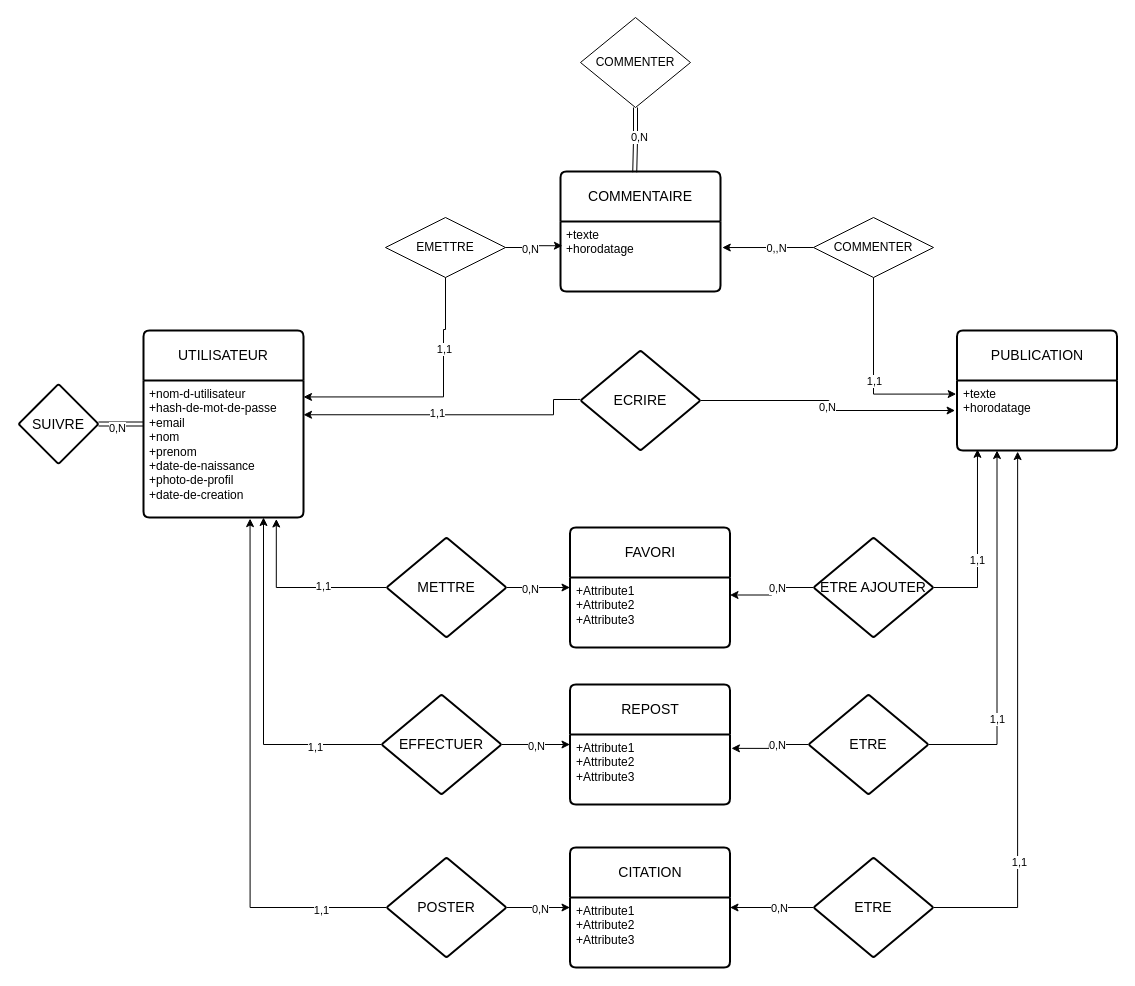
The draw.io diagram page "Page-1" (1 of 2) of Diagramme sans nom 5.drawio in vsilvanska/examen-info-2023, before the edit. Source tidied: cells renumbered, new cells numbered last; positions are measured from the earlier drawing's top-left corner, leaving out a move shared by most shapes. Both pictures are drawn from the tidied source at 100%, with x=0, y=0 at pixel (18, 17).
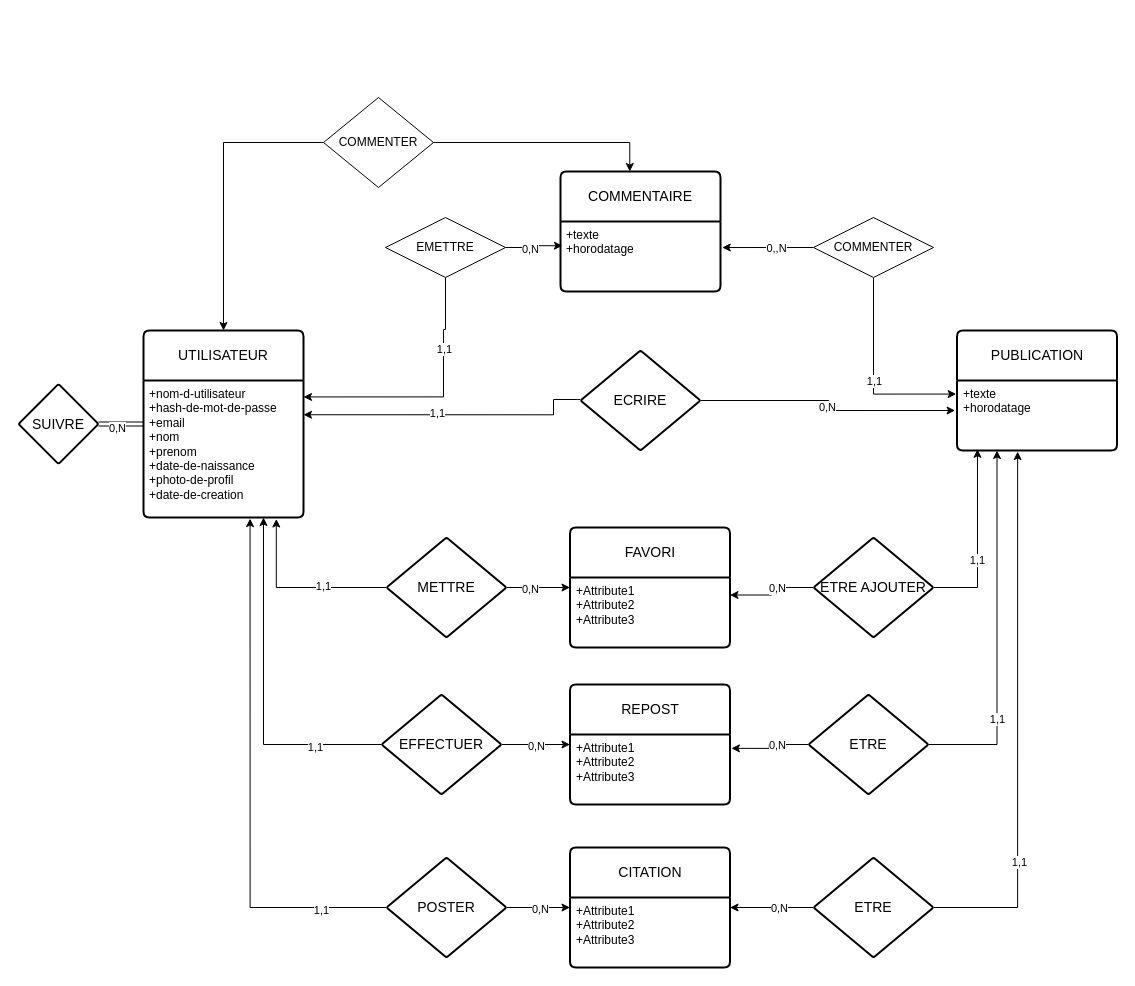
The same page after the edit.

Unchanged cells that the change refers to:
```xml
<mxCell id="6" value="UTILISATEUR" style="swimlane;horizontal=1;startSize=50;rounded=1;fontSize=14;fontStyle=0;strokeWidth=2;shadow=0;dashed=0;align=center;arcSize=4;whiteSpace=wrap;html=1;" parent="1" vertex="1">
  <mxGeometry x="125" y="313" width="160" height="187" as="geometry" />
</mxCell>
<mxCell id="15" value="COMMENTAIRE" style="swimlane;horizontal=1;startSize=50;rounded=1;fontSize=14;fontStyle=0;strokeWidth=2;shadow=0;dashed=0;align=center;arcSize=4;whiteSpace=wrap;html=1;" parent="1" vertex="1">
  <mxGeometry x="542" y="154" width="160" height="120" as="geometry" />
</mxCell>
```

The edit, as a diff of the source:
```diff
@@
+    <mxCell id="65" style="edgeStyle=orthogonalEdgeStyle;rounded=0;jettySize=auto;html=1;entryX=0.5;entryY=0;entryDx=0;entryDy=0;" parent="1" edge="1" source="13" target="6">
+      <mxGeometry relative="1" as="geometry" />
+    </mxCell>
     <mxCell id="13" value="COMMENTER" style="shape=rhombus;perimeter=rhombusPerimeter;whiteSpace=wrap;html=1;align=center;" parent="1" vertex="1">
-      <mxGeometry x="562" width="110" height="90" as="geometry" />
+      <mxGeometry x="305" y="80" width="110" height="90" as="geometry" />
     </mxCell>
@@
-    <mxCell id="17" style="edgeStyle=orthogonalEdgeStyle;rounded=0;jettySize=auto;html=1;exitX=0.5;exitY=1;exitDx=0;exitDy=0;entryX=0.464;entryY=0.007;entryDx=0;entryDy=0;entryPerimeter=0;shape=link;" parent="1" edge="1" source="13" target="15">
-      <mxGeometry relative="1" as="geometry" />
-    </mxCell>
-    <mxCell id="18" value="0,N" style="edgeLabel;html=1;align=center;verticalAlign=middle;" parent="17" vertex="1">
-      <mxGeometry x="-0.13" y="3" relative="1" as="geometry" />
-    </mxCell>
@@
+    <mxCell id="17" style="edgeStyle=orthogonalEdgeStyle;rounded=0;jettySize=auto;html=1;entryX=0.433;entryY=0;entryDx=0;entryDy=0;entryPerimeter=0;" parent="1" edge="1" source="13" target="15">
+      <mxGeometry relative="1" as="geometry" />
+    </mxCell>
```
